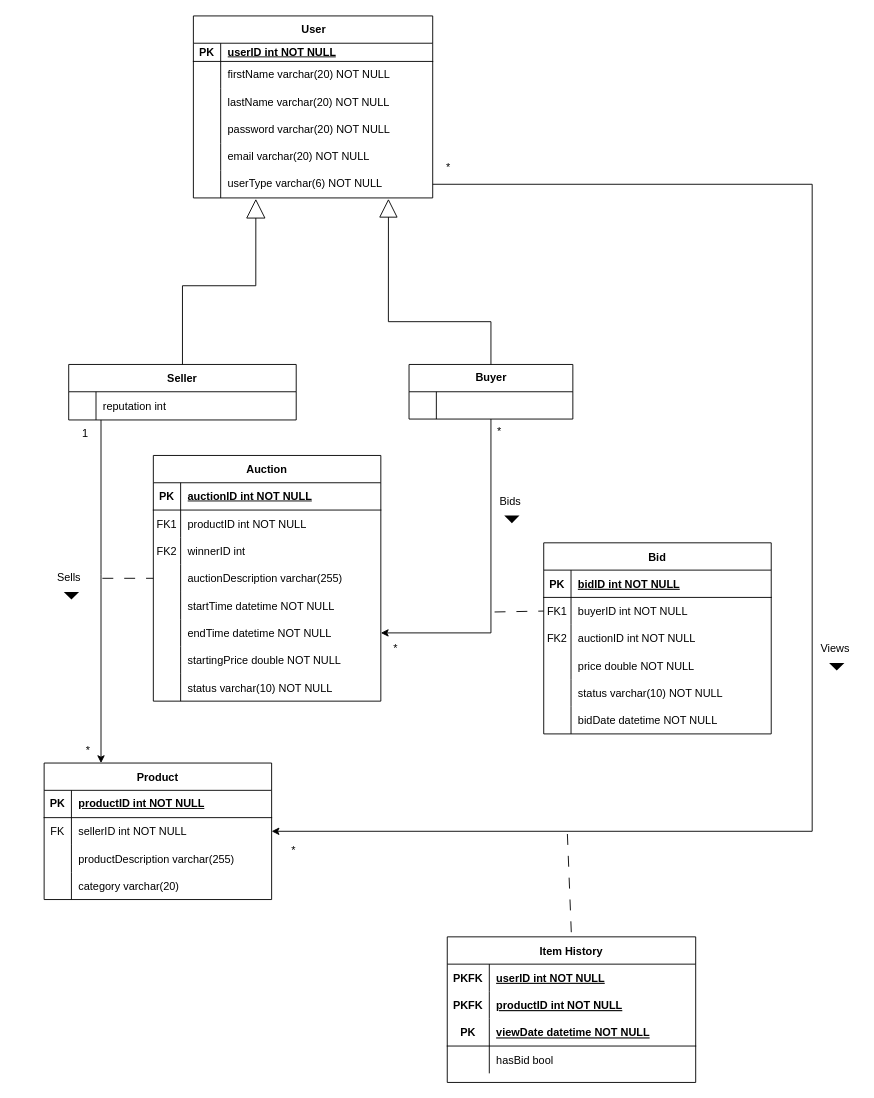
AnTienHuang/COMP0178 keeps this draw.io diagram as ERD_0_no_buyer.drawio. Above is the earlier version. Source tidied: cells renumbered, new cells numbered last; positions are measured from the earlier drawing's top-left corner, leaving out a move shared by most shapes. Both pictures are drawn from the tidied source at 91%, with x=0, y=0 at pixel (44, 15).
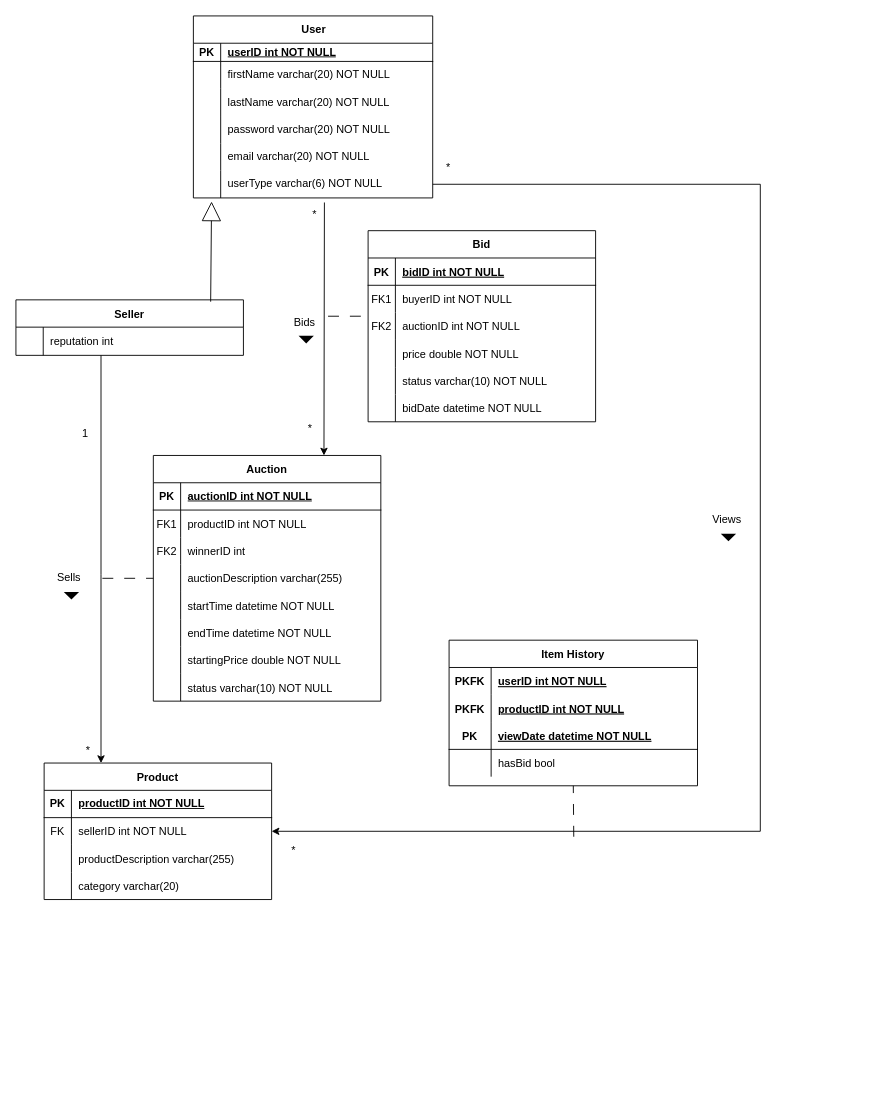
Above is the later version.

Unchanged cells that the change refers to:
```xml
<mxCell id="32" style="shape=tableRow;horizontal=0;startSize=0;swimlaneHead=0;swimlaneBody=0;fillColor=none;points=[[0,0.5],[1,0.5]];portConstraint=eastwest;top=0;left=0;right=0;bottom=0;" parent="16" vertex="1">
  <mxGeometry y="170" width="263" height="30" as="geometry" />
</mxCell>
<mxCell id="48" style="shape=partialRectangle;fillColor=none;points=[[0,0.5],[1,0.5]];portConstraint=eastwest;top=0;left=0;right=0;bottom=0;" parent="44" vertex="1">
  <mxGeometry y="60" width="250" height="30" as="geometry" />
</mxCell>
<mxCell id="63" style="shape=partialRectangle;fillColor=none;points=[[0,0.5],[1,0.5]];portConstraint=eastwest;top=0;left=0;right=0;bottom=0;" parent="59" vertex="1">
  <mxGeometry y="60" width="250" height="30" as="geometry" />
</mxCell>
<mxCell id="66" style="shape=partialRectangle;fillColor=none;points=[[0,0.5],[1,0.5]];portConstraint=eastwest;top=0;left=0;right=0;bottom=0;" parent="59" vertex="1">
  <mxGeometry y="90" width="250" height="30" as="geometry" />
</mxCell>
<mxCell id="80" value="Auction" style="shape=table;startSize=30;childLayout=tableLayout;rowLines=0;fontStyle=1;align=center;swimlaneLine=1;" parent="1" vertex="1">
  <mxGeometry x="120" y="483" width="250" height="270" as="geometry" />
</mxCell>
<mxCell id="96" style="shape=partialRectangle;fillColor=none;points=[[0,0.5],[1,0.5]];portConstraint=eastwest;top=0;left=0;right=0;bottom=0;" parent="80" vertex="1">
  <mxGeometry y="180" width="250" height="30" as="geometry" />
</mxCell>
```

Change to the diagram source:
```diff
@@
     <mxCell id="2" value="Item History" style="shape=table;startSize=30;childLayout=tableLayout;rowLines=0;fontStyle=1;align=center;" parent="1" vertex="1">
-      <mxGeometry x="443" y="1012" width="273" height="160" as="geometry" />
+      <mxGeometry x="445" y="686" width="273" height="160" as="geometry" />
     </mxCell>
@@
-    <mxCell id="15" style="endArrow=none;html=1;rounded=0;align=center;verticalAlign=bottom;labelBackgroundColor=none;startArrow=none;startFill=0;entryX=0;entryY=0.5;entryDx=0;entryDy=0;dashed=1;dashPattern=12 12;" parent="1" edge="1" target="63">
+    <mxCell id="15" style="endArrow=none;html=1;rounded=0;align=center;verticalAlign=bottom;labelBackgroundColor=none;startArrow=none;startFill=0;entryX=-0.004;entryY=0.133;entryDx=0;entryDy=0;dashed=1;dashPattern=12 12;entryPerimeter=0;" parent="1" edge="1" target="66">
       <mxGeometry relative="1" as="geometry">
-        <mxPoint x="495" y="655" as="sourcePoint" />
+        <mxPoint x="312" y="330" as="sourcePoint" />
       </mxGeometry>
     </mxCell>
@@
-    <mxCell id="35" style="edgeStyle=orthogonalEdgeStyle;rounded=0;jettySize=auto;html=1;entryX=1;entryY=0.5;entryDx=0;entryDy=0;" parent="1" edge="1" source="36" target="96">
-      <mxGeometry relative="1" as="geometry" />
+    <mxCell id="35" style="rounded=0;jettySize=auto;html=1;entryX=0.75;entryY=0;entryDx=0;entryDy=0;" parent="1" edge="1" target="80">
+      <mxGeometry relative="1" as="geometry">
+        <mxPoint x="308" y="205" as="sourcePoint" />
+      </mxGeometry>
     </mxCell>
-    <mxCell id="36" value="Buyer" style="shape=table;startSize=30;childLayout=tableLayout;rowLines=0;fontStyle=1;align=center;html=1;" parent="1" vertex="1">
-      <mxGeometry x="401" y="383" width="180" height="60" as="geometry" />
-    </mxCell>
-    <mxCell id="37" style="shape=tableRow;horizontal=0;startSize=0;swimlaneHead=0;swimlaneBody=0;fillColor=none;top=0;left=0;right=0;bottom=0;" parent="36" vertex="1">
-      <mxGeometry y="30" width="180" height="30" as="geometry" />
-    </mxCell>
-    <mxCell id="38" style="shape=partialRectangle;fillColor=none;top=0;left=0;bottom=0;right=0;overflow=hidden;whiteSpace=wrap;html=1;" parent="37" vertex="1">
-      <mxGeometry width="30" height="30" as="geometry" />
-    </mxCell>
-    <mxCell id="39" style="shape=partialRectangle;fillColor=none;top=0;left=0;bottom=0;right=0;align=left;spacingLeft=6;overflow=hidden;whiteSpace=wrap;html=1;" parent="37" vertex="1">
-      <mxGeometry x="30" width="150" height="30" as="geometry" />
-    </mxCell>
     <mxCell id="40" value="Seller" style="shape=table;startSize=30;childLayout=tableLayout;rowLines=0;fontStyle=1;align=center;swimlaneLine=1;" parent="1" vertex="1">
-      <mxGeometry x="27" y="383" width="250" height="61" as="geometry" />
+      <mxGeometry x="-31" y="312" width="250" height="61" as="geometry" />
     </mxCell>
@@
-    <mxCell id="57" style="edgeStyle=orthogonalEdgeStyle;rounded=0;jettySize=auto;html=1;exitX=0.5;exitY=0;exitDx=0;exitDy=0;entryX=0.261;entryY=1.034;entryDx=0;entryDy=0;entryPerimeter=0;endArrow=block;endFill=0;endSize=19;" parent="1" edge="1" source="40" target="32">
+    <mxCell id="57" style="rounded=0;jettySize=auto;html=1;exitX=0.856;exitY=0.033;exitDx=0;exitDy=0;entryX=0.076;entryY=1.133;entryDx=0;entryDy=0;entryPerimeter=0;endArrow=block;endFill=0;endSize=19;exitPerimeter=0;" parent="1" edge="1" source="40" target="32">
       <mxGeometry relative="1" as="geometry" />
     </mxCell>
-    <mxCell id="58" style="edgeStyle=orthogonalEdgeStyle;rounded=0;jettySize=auto;html=1;endArrow=block;endFill=0;exitX=0.5;exitY=0;exitDx=0;exitDy=0;endSize=18;entryX=0.815;entryY=1.034;entryDx=0;entryDy=0;entryPerimeter=0;" parent="1" edge="1" source="36" target="32">
-      <mxGeometry relative="1" as="geometry">
-        <Array as="points">
-          <mxPoint x="491" y="336" />
-          <mxPoint x="378" y="336" />
-        </Array>
-      </mxGeometry>
-    </mxCell>
     <mxCell id="59" value="Bid" style="shape=table;startSize=30;childLayout=tableLayout;rowLines=0;fontStyle=1;align=center;" parent="1" vertex="1">
-      <mxGeometry x="549" y="579" width="250" height="210" as="geometry" />
+      <mxGeometry x="356" y="236" width="250" height="210" as="geometry" />
     </mxCell>
@@
     <mxCell id="78" value="*" style="text;html=1;align=center;verticalAlign=middle;strokeColor=none;fillColor=none;" parent="1" vertex="1">
-      <mxGeometry x="488" y="444" width="23" height="26" as="geometry" />
+      <mxGeometry x="285" y="206" width="23" height="26" as="geometry" />
     </mxCell>
     <mxCell id="79" value="*" style="text;html=1;align=center;verticalAlign=middle;strokeColor=none;fillColor=none;" parent="1" vertex="1">
-      <mxGeometry x="374" y="683" width="23" height="26" as="geometry" />
+      <mxGeometry x="280" y="441" width="23" height="26" as="geometry" />
     </mxCell>
@@
     <mxCell id="111" style="triangle;fillColor=strokeColor;rotation=90;strokeWidth=2;" parent="1" vertex="1">
-      <mxGeometry x="511" y="547" width="6" height="12" as="geometry" />
+      <mxGeometry x="285" y="349.5" width="6" height="12" as="geometry" />
     </mxCell>
     <mxCell id="112" value="&lt;font style=&quot;font-size: 12px;&quot;&gt;Bids&lt;/font&gt;" style="text;html=1;align=center;verticalAlign=middle;strokeColor=none;fillColor=none;strokeWidth=5;" parent="1" vertex="1">
-      <mxGeometry x="491" y="521" width="41" height="26" as="geometry" />
+      <mxGeometry x="265" y="323.5" width="41" height="26" as="geometry" />
     </mxCell>
     <mxCell id="113" style="edgeStyle=orthogonalEdgeStyle;rounded=0;jettySize=auto;html=1;entryX=1;entryY=0.5;entryDx=0;entryDy=0;" parent="1" edge="1" source="32" target="48">
       <mxGeometry relative="1" as="geometry">
         <Array as="points">
-          <mxPoint x="844" y="185" />
-          <mxPoint x="844" y="896" />
+          <mxPoint x="787" y="185" />
+          <mxPoint x="787" y="896" />
         </Array>
       </mxGeometry>
     </mxCell>
@@
     <mxCell id="116" style="triangle;fillColor=strokeColor;rotation=90;strokeWidth=2;" parent="1" vertex="1">
-      <mxGeometry x="868" y="709" width="6" height="12" as="geometry" />
+      <mxGeometry x="749" y="567" width="6" height="12" as="geometry" />
     </mxCell>
     <mxCell id="117" value="&lt;font style=&quot;font-size: 12px;&quot;&gt;Views&lt;/font&gt;" style="text;html=1;align=center;verticalAlign=middle;strokeColor=none;fillColor=none;strokeWidth=5;" parent="1" vertex="1">
-      <mxGeometry x="844" y="683" width="50" height="26" as="geometry" />
+      <mxGeometry x="725" y="541" width="50" height="26" as="geometry" />
     </mxCell>
-    <mxCell id="118" style="endArrow=none;html=1;rounded=0;align=center;verticalAlign=bottom;labelBackgroundColor=none;startArrow=none;startFill=0;entryX=0.5;entryY=0;entryDx=0;entryDy=0;dashed=1;dashPattern=12 12;" parent="1" edge="1" target="2">
+    <mxCell id="118" style="endArrow=none;html=1;rounded=0;align=center;verticalAlign=bottom;labelBackgroundColor=none;startArrow=none;startFill=0;entryX=0.5;entryY=1;entryDx=0;entryDy=0;dashed=1;dashPattern=12 12;" parent="1" edge="1" target="2">
       <mxGeometry relative="1" as="geometry">
-        <mxPoint x="575" y="899" as="sourcePoint" />
+        <mxPoint x="582" y="902" as="sourcePoint" />
       </mxGeometry>
     </mxCell>
```
